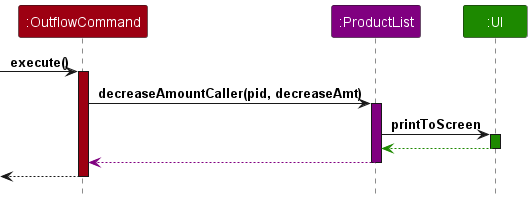
Before: docs/images/OutflowCommandSequence.png, a diagram exported from PlantUML (leongxingyu/tp).
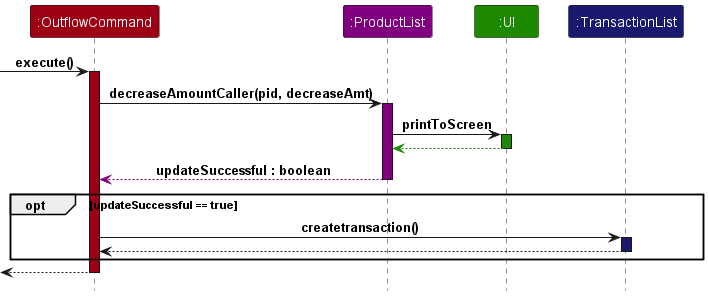
The same file after the commit.

The edit, as a diff of the source:
```diff
@@ -4,6 +4,7 @@
 Participant ":OutflowCommand" as command COMMANDS_COLOR
 Participant ":ProductList" as productlist PRODUCTLIST_COLOR
 Participant ":UI" as ui UI_COLOR
+Participant ":TransactionList" as transactionlist TRANSACTIONLIST_COLOR
 
 -> command : execute()
 activate command COMMANDS_COLOR
@@ -16,8 +17,15 @@
 ui --[UI_COLOR]> productlist
 deactivate ui UI_COLOR
 
-productlist --[PRODUCTLIST_COLOR]> command
+productlist --[PRODUCTLIST_COLOR]> command : updateSuccessful : boolean
 deactivate productlist
+
+opt updateSuccessful == true
+    command -> transactionlist : createtransaction()
+    activate transactionlist TRANSACTIONLIST_COLOR
+    transactionlist --> command
+    deactivate transactionlist
+end
 
 <-- command
 deactivate command
```
